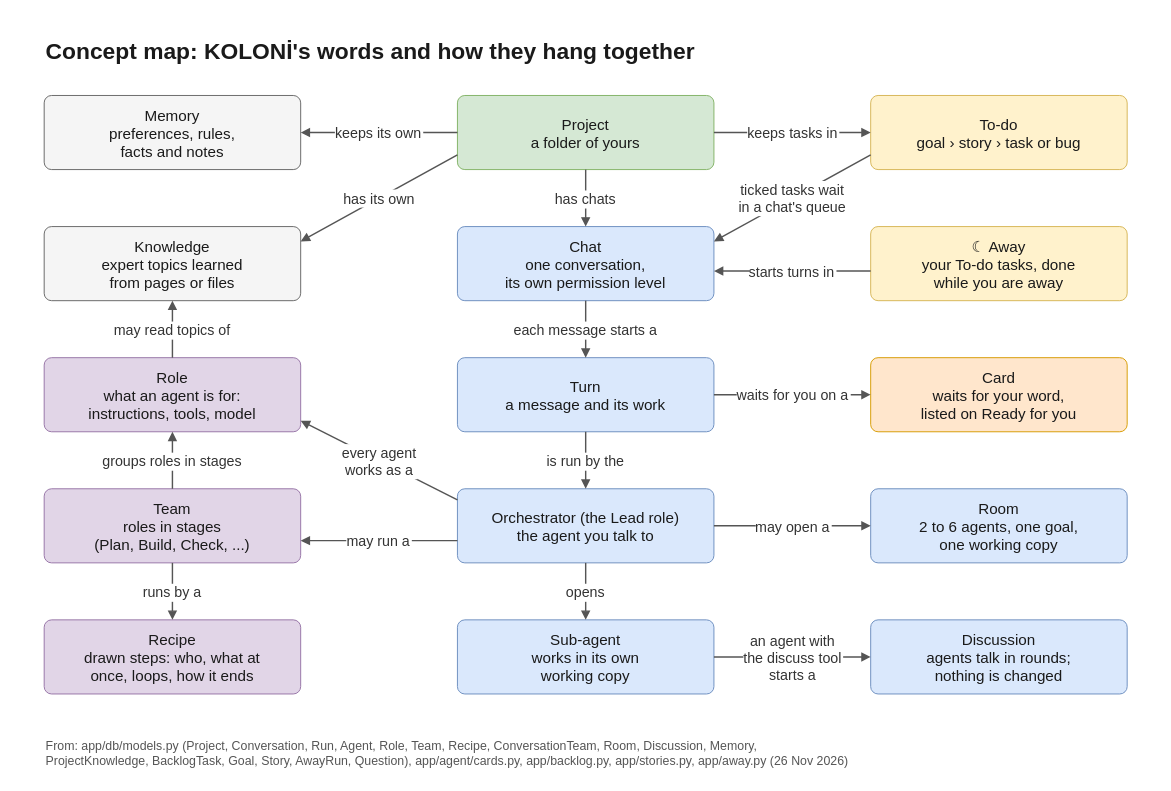
flyingriverhorse/Koloni keeps this draw.io diagram as docs/diagrams/concept-map.drawio. Above is the earlier version. Source tidied: cells renumbered, new cells numbered last; positions are measured from the earlier drawing's top-left corner, leaving out a move shared by most shapes. Both pictures are drawn from the tidied source at 95%, with x=0, y=0 at pixel (15, 15).
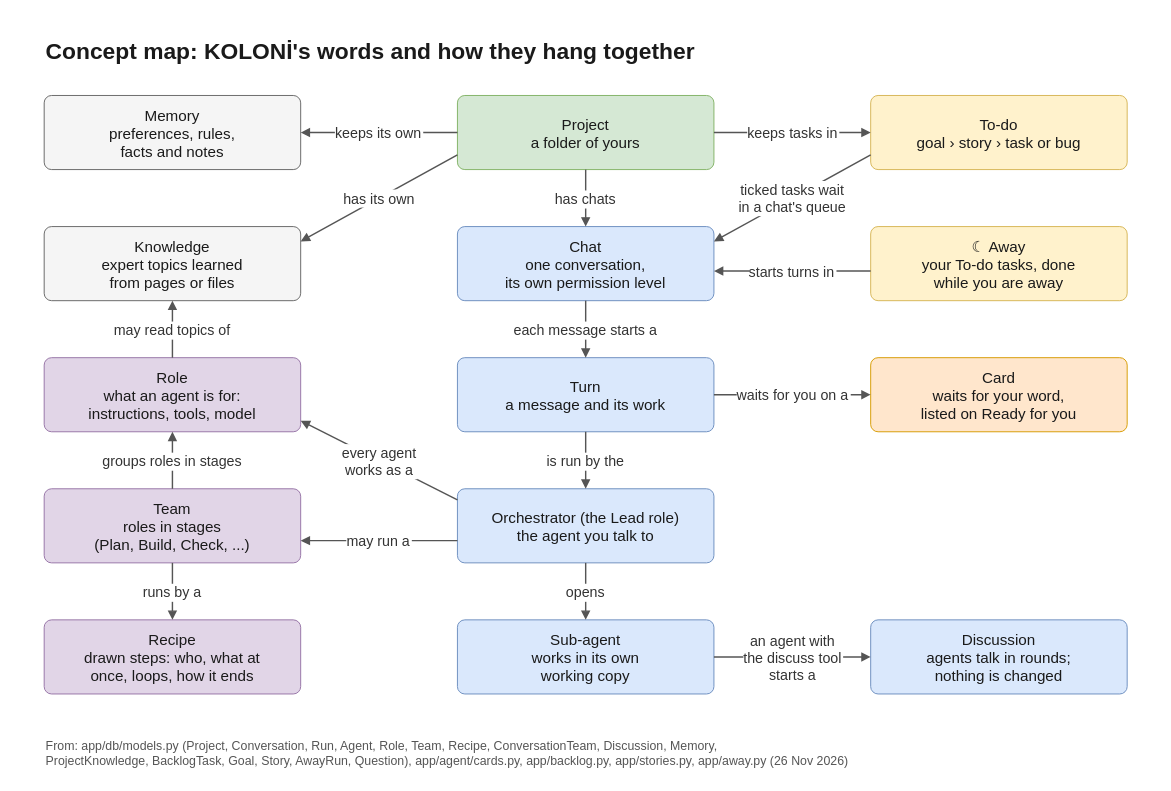
The same diagram, later.

The change refers to these unchanged cells:
```xml
<mxCell id="12" value="Orchestrator (the Lead role)&#10;the agent you talk to" style="rounded=1;arcSize=10;fillColor=#dae8fc;strokeColor=#6c8ebf;fontFamily=Helvetica;fontColor=#1a1a1a;fontSize=16;spacing=6;" parent="1" vertex="1">
  <mxGeometry x="465" y="498" width="270" height="78" as="geometry" />
</mxCell>
```

What changed in the source:
```diff
@@
-    <mxCell id="17" value="Room&#10;2 to 6 agents, one goal,&#10;one working copy" style="rounded=1;arcSize=10;fillColor=#dae8fc;strokeColor=#6c8ebf;fontFamily=Helvetica;fontColor=#1a1a1a;fontSize=16;spacing=6;" parent="1" vertex="1">
-      <mxGeometry x="900" y="498" width="270" height="78" as="geometry" />
-    </mxCell>
@@
-    <mxCell id="34" value="may open a" style="endArrow=block;endFill=1;strokeColor=#555555;strokeWidth=1.5;fontFamily=Helvetica;fontSize=15;fontColor=#333333;labelBackgroundColor=#ffffff;exitX=1;exitY=0.5;entryX=0;entryY=0.5;" parent="1" edge="1" source="12" target="17">
-      <mxGeometry relative="1" as="geometry" />
-    </mxCell>
@@
-    <mxCell id="36" value="From: app/db/models.py (Project, Conversation, Run, Agent, Role, Team, Recipe, ConversationTeam, Room, Discussion, Memory,&#10;ProjectKnowledge, BacklogTask, Goal, Story, AwayRun, Question), app/agent/cards.py, app/backlog.py, app/stories.py, app/away.py (26 Nov 2026)" style="text;strokeColor=none;fillColor=none;fontFamily=Helvetica;fontColor=#555555;fontSize=13;align=left;verticalAlign=top;" parent="1" vertex="1">
+    <mxCell id="36" value="From: app/db/models.py (Project, Conversation, Run, Agent, Role, Team, Recipe, ConversationTeam, Discussion, Memory,&#10;ProjectKnowledge, BacklogTask, Goal, Story, AwayRun, Question), app/agent/cards.py, app/backlog.py, app/stories.py, app/away.py (26 Nov 2026)" style="text;strokeColor=none;fillColor=none;fontFamily=Helvetica;fontColor=#555555;fontSize=13;align=left;verticalAlign=top;" parent="1" vertex="1">
       <mxGeometry x="30" y="754" width="1140" height="40" as="geometry" />
     </mxCell>
```
